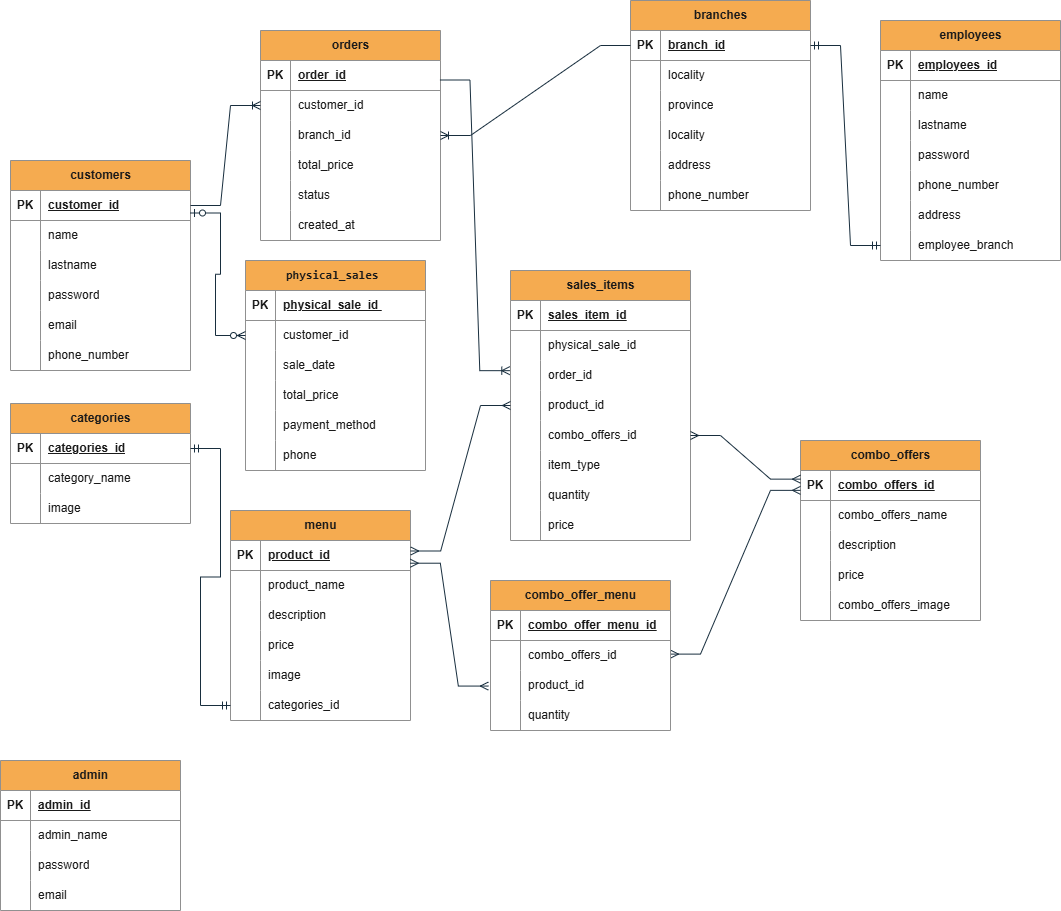
Earlier version of the draw.io export diagrams/ER-Pizzeria.png (BruninAlv61/pizzeriaNodejs). Source tidied: cells renumbered, new cells last; positions are measured from the earlier drawing's top-left corner, leaving out a move shared by most shapes.
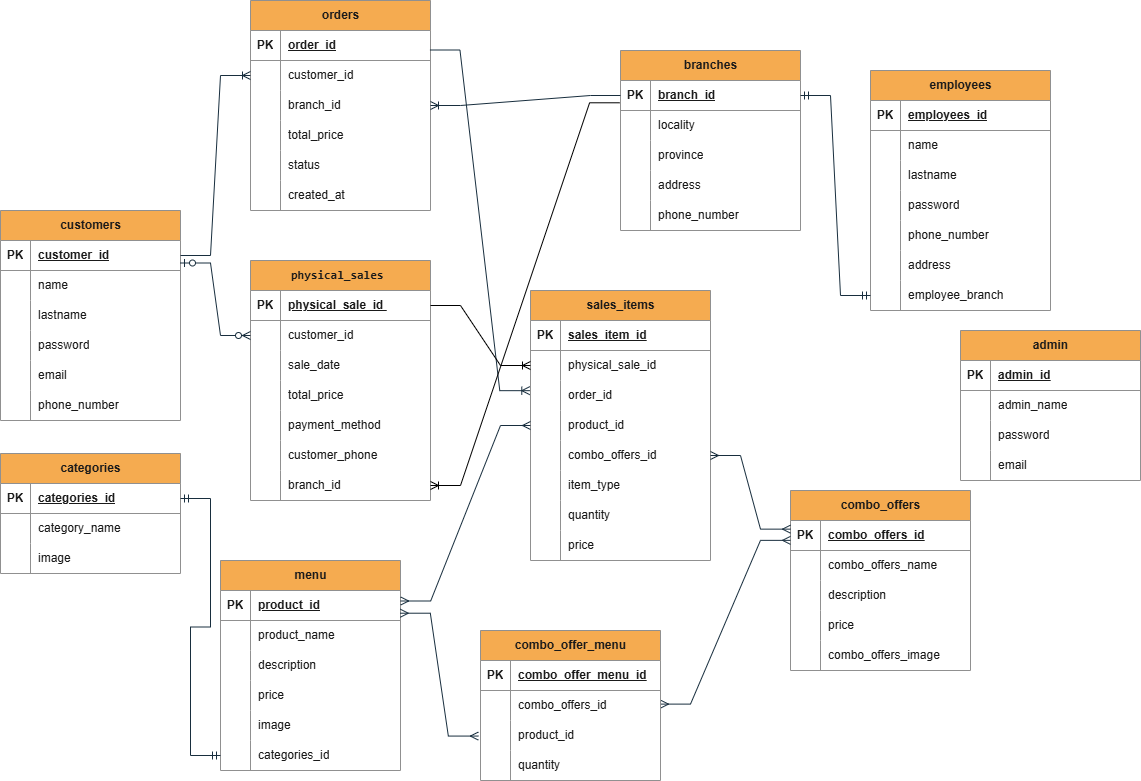
Above is the later version.

The edit, as a diff of the source:
```diff
@@ -3,7 +3,7 @@
     <mxCell id="0" />
     <mxCell id="1" parent="0" />
     <mxCell id="2" value="admin" style="shape=table;startSize=30;rowLines=0;fontStyle=1;align=center;html=1;labelBackgroundColor=none;fillColor=#F5AB50;strokeColor=#909090;fontColor=#1A1A1A;" parent="1" vertex="1">
-      <mxGeometry y="760" width="180" height="150" as="geometry" />
+      <mxGeometry x="970" y="280" width="180" height="150" as="geometry" />
     </mxCell>
     <mxCell id="3" style="shape=tableRow;horizontal=0;startSize=0;swimlaneHead=0;swimlaneBody=0;fillColor=none;top=0;left=0;right=0;bottom=1;labelBackgroundColor=none;strokeColor=#909090;fontColor=#1A1A1A;" parent="2" vertex="1">
       <mxGeometry y="30" width="180" height="30" as="geometry" />
@@ -129,7 +129,7 @@
       <mxGeometry x="30" width="150" height="30" as="geometry" />
     </mxCell>
     <mxCell id="44" value="branches" style="shape=table;startSize=30;rowLines=0;fontStyle=1;align=center;html=1;labelBackgroundColor=none;fillColor=#F5AB50;strokeColor=#909090;fontColor=#1A1A1A;" parent="1" vertex="1">
-      <mxGeometry x="630" width="180" height="210" as="geometry" />
+      <mxGeometry x="630" width="180" height="180" as="geometry" />
     </mxCell>
     <mxCell id="45" style="shape=tableRow;horizontal=0;startSize=0;swimlaneHead=0;swimlaneBody=0;fillColor=none;points=[[0,0.5],[1,0.5]];portConstraint=eastwest;top=0;left=0;right=0;bottom=1;labelBackgroundColor=none;strokeColor=#909090;fontColor=#1A1A1A;" parent="44" vertex="1">
       <mxGeometry y="30" width="180" height="30" as="geometry" />
@@ -164,7 +164,7 @@
     <mxCell id="55" style="shape=partialRectangle;fillColor=none;top=0;left=0;bottom=0;right=0;overflow=hidden;whiteSpace=wrap;html=1;labelBackgroundColor=none;strokeColor=#909090;fontColor=#1A1A1A;" parent="54" vertex="1">
       <mxGeometry width="30" height="30" as="geometry" />
     </mxCell>
-    <mxCell id="56" value="locality" style="shape=partialRectangle;fillColor=none;top=0;left=0;bottom=0;right=0;align=left;spacingLeft=6;overflow=hidden;whiteSpace=wrap;html=1;labelBackgroundColor=none;strokeColor=#909090;fontColor=#1A1A1A;" parent="54" vertex="1">
+    <mxCell id="56" value="address" style="shape=partialRectangle;fillColor=none;top=0;left=0;bottom=0;right=0;align=left;spacingLeft=6;overflow=hidden;whiteSpace=wrap;html=1;labelBackgroundColor=none;strokeColor=#909090;fontColor=#1A1A1A;" parent="54" vertex="1">
       <mxGeometry x="30" width="150" height="30" as="geometry" />
     </mxCell>
     <mxCell id="57" style="shape=tableRow;horizontal=0;startSize=0;swimlaneHead=0;swimlaneBody=0;fillColor=none;top=0;left=0;right=0;bottom=0;labelBackgroundColor=none;strokeColor=#909090;fontColor=#1A1A1A;" parent="44" vertex="1">
@@ -173,18 +173,9 @@
     <mxCell id="58" style="shape=partialRectangle;fillColor=none;top=0;left=0;bottom=0;right=0;overflow=hidden;whiteSpace=wrap;html=1;labelBackgroundColor=none;strokeColor=#909090;fontColor=#1A1A1A;" parent="57" vertex="1">
       <mxGeometry width="30" height="30" as="geometry" />
     </mxCell>
-    <mxCell id="59" value="address" style="shape=partialRectangle;fillColor=none;top=0;left=0;bottom=0;right=0;align=left;spacingLeft=6;overflow=hidden;whiteSpace=wrap;html=1;labelBackgroundColor=none;strokeColor=#909090;fontColor=#1A1A1A;" parent="57" vertex="1">
+    <mxCell id="59" value="phone_number" style="shape=partialRectangle;fillColor=none;top=0;left=0;bottom=0;right=0;align=left;spacingLeft=6;overflow=hidden;whiteSpace=wrap;html=1;labelBackgroundColor=none;strokeColor=#909090;fontColor=#1A1A1A;" parent="57" vertex="1">
       <mxGeometry x="30" width="150" height="30" as="geometry" />
     </mxCell>
-    <mxCell id="60" style="shape=tableRow;horizontal=0;startSize=0;swimlaneHead=0;swimlaneBody=0;fillColor=none;top=0;left=0;right=0;bottom=0;labelBackgroundColor=none;strokeColor=#909090;fontColor=#1A1A1A;" parent="44" vertex="1">
-      <mxGeometry y="180" width="180" height="30" as="geometry" />
-    </mxCell>
-    <mxCell id="61" style="shape=partialRectangle;fillColor=none;top=0;left=0;bottom=0;right=0;overflow=hidden;whiteSpace=wrap;html=1;labelBackgroundColor=none;strokeColor=#909090;fontColor=#1A1A1A;" parent="60" vertex="1">
-      <mxGeometry width="30" height="30" as="geometry" />
-    </mxCell>
-    <mxCell id="62" value="phone_number" style="shape=partialRectangle;fillColor=none;top=0;left=0;bottom=0;right=0;align=left;spacingLeft=6;overflow=hidden;whiteSpace=wrap;html=1;labelBackgroundColor=none;strokeColor=#909090;fontColor=#1A1A1A;" parent="60" vertex="1">
-      <mxGeometry x="30" width="150" height="30" as="geometry" />
-    </mxCell>
     <mxCell id="63" value="combo_offers" style="shape=table;startSize=30;rowLines=0;fontStyle=1;align=center;html=1;labelBackgroundColor=none;fillColor=#F5AB50;strokeColor=#909090;fontColor=#1A1A1A;" parent="1" vertex="1">
       <mxGeometry x="800" y="440" width="180" height="180" as="geometry" />
     </mxCell>
@@ -371,7 +362,7 @@
       <mxGeometry relative="1" as="geometry" />
     </mxCell>
     <mxCell id="124" value="orders" style="shape=table;startSize=30;rowLines=0;fontStyle=1;align=center;html=1;labelBackgroundColor=none;fillColor=#F5AB50;strokeColor=#909090;fontColor=#1A1A1A;" parent="1" vertex="1">
-      <mxGeometry x="260" y="30" width="180" height="210" as="geometry" />
+      <mxGeometry x="260" y="-50" width="180" height="210" as="geometry" />
     </mxCell>
     <mxCell id="125" style="shape=tableRow;horizontal=0;startSize=0;swimlaneHead=0;swimlaneBody=0;fillColor=none;points=[[0,0.5],[1,0.5]];portConstraint=eastwest;top=0;left=0;right=0;bottom=1;labelBackgroundColor=none;strokeColor=#909090;fontColor=#1A1A1A;" parent="124" vertex="1">
       <mxGeometry y="30" width="180" height="30" as="geometry" />
@@ -431,7 +422,7 @@
       <mxGeometry relative="1" as="geometry" />
     </mxCell>
     <mxCell id="144" value="sales_items" style="shape=table;startSize=30;rowLines=0;fontStyle=1;align=center;html=1;labelBackgroundColor=none;fillColor=#F5AB50;strokeColor=#909090;fontColor=#1A1A1A;" parent="1" vertex="1">
-      <mxGeometry x="510" y="270" width="180" height="270" as="geometry" />
+      <mxGeometry x="540" y="240" width="180" height="270" as="geometry" />
     </mxCell>
     <mxCell id="145" style="shape=tableRow;horizontal=0;startSize=0;swimlaneHead=0;swimlaneBody=0;fillColor=none;top=0;left=0;right=0;bottom=1;labelBackgroundColor=none;strokeColor=#909090;fontColor=#1A1A1A;" parent="144" vertex="1">
       <mxGeometry y="30" width="180" height="30" as="geometry" />
@@ -562,7 +553,7 @@
       <mxGeometry relative="1" as="geometry" />
     </mxCell>
     <mxCell id="186" value="&lt;code&gt;physical_sales&amp;nbsp;&lt;/code&gt;" style="shape=table;startSize=30;rowLines=0;fontStyle=1;align=center;html=1;labelBackgroundColor=none;fillColor=#F5AB50;strokeColor=#909090;fontColor=#1A1A1A;" parent="1" vertex="1">
-      <mxGeometry x="245" y="260" width="180" height="210" as="geometry" />
+      <mxGeometry x="260" y="210" width="180" height="240" as="geometry" />
     </mxCell>
     <mxCell id="187" style="shape=tableRow;horizontal=0;startSize=0;swimlaneHead=0;swimlaneBody=0;fillColor=none;points=[[0,0.5],[1,0.5]];portConstraint=eastwest;top=0;left=0;right=0;bottom=1;labelBackgroundColor=none;strokeColor=#909090;fontColor=#1A1A1A;" parent="186" vertex="1">
       <mxGeometry y="30" width="180" height="30" as="geometry" />
@@ -615,11 +606,26 @@
     <mxCell id="203" style="shape=partialRectangle;fillColor=none;top=0;left=0;bottom=0;right=0;overflow=hidden;whiteSpace=wrap;html=1;labelBackgroundColor=none;strokeColor=#909090;fontColor=#1A1A1A;" parent="202" vertex="1">
       <mxGeometry width="30" height="30" as="geometry" />
     </mxCell>
-    <mxCell id="204" value="phone&amp;nbsp;" style="shape=partialRectangle;fillColor=none;top=0;left=0;bottom=0;right=0;align=left;spacingLeft=6;overflow=hidden;whiteSpace=wrap;html=1;labelBackgroundColor=none;strokeColor=#909090;fontColor=#1A1A1A;" parent="202" vertex="1">
+    <mxCell id="204" value="customer_phone&amp;nbsp;" style="shape=partialRectangle;fillColor=none;top=0;left=0;bottom=0;right=0;align=left;spacingLeft=6;overflow=hidden;whiteSpace=wrap;html=1;labelBackgroundColor=none;strokeColor=#909090;fontColor=#1A1A1A;" parent="202" vertex="1">
       <mxGeometry x="30" width="150" height="30" as="geometry" />
     </mxCell>
+    <mxCell id="206" style="shape=tableRow;horizontal=0;startSize=0;swimlaneHead=0;swimlaneBody=0;fillColor=none;points=[[0,0.5],[1,0.5]];portConstraint=eastwest;top=0;left=0;right=0;bottom=0;labelBackgroundColor=none;strokeColor=#909090;fontColor=#1A1A1A;" parent="186" vertex="1">
+      <mxGeometry y="210" width="180" height="30" as="geometry" />
+    </mxCell>
+    <mxCell id="61" style="shape=partialRectangle;fillColor=none;top=0;left=0;bottom=0;right=0;overflow=hidden;whiteSpace=wrap;html=1;labelBackgroundColor=none;strokeColor=#909090;fontColor=#1A1A1A;" parent="206" vertex="1">
+      <mxGeometry width="30" height="30" as="geometry" />
+    </mxCell>
+    <mxCell id="207" value="branch_id" style="shape=partialRectangle;fillColor=none;top=0;left=0;bottom=0;right=0;align=left;spacingLeft=6;overflow=hidden;whiteSpace=wrap;html=1;labelBackgroundColor=none;strokeColor=#909090;fontColor=#1A1A1A;" parent="206" vertex="1">
+      <mxGeometry x="30" width="150" height="30" as="geometry" />
+    </mxCell>
     <mxCell id="205" style="edgeStyle=entityRelationEdgeStyle;fontSize=12;html=1;endArrow=ERzeroToMany;startArrow=ERzeroToOne;rounded=0;exitX=1;exitY=0.25;exitDx=0;exitDy=0;entryX=0;entryY=0.5;entryDx=0;entryDy=0;labelBackgroundColor=none;fontColor=default;strokeColor=#182E3E;" parent="1" edge="1" source="101" target="190">
       <mxGeometry relative="1" as="geometry" />
     </mxCell>
+    <mxCell id="208" style="edgeStyle=entityRelationEdgeStyle;fontSize=12;html=1;endArrow=ERoneToMany;rounded=0;exitX=1;exitY=0.5;exitDx=0;exitDy=0;entryX=0;entryY=0.5;entryDx=0;entryDy=0;" parent="1" edge="1" source="187" target="148">
+      <mxGeometry relative="1" as="geometry" />
+    </mxCell>
+    <mxCell id="209" style="edgeStyle=entityRelationEdgeStyle;fontSize=12;html=1;endArrow=ERoneToMany;rounded=0;exitX=-0.005;exitY=0.743;exitDx=0;exitDy=0;exitPerimeter=0;entryX=1;entryY=0.5;entryDx=0;entryDy=0;" parent="1" edge="1" source="45" target="206">
+      <mxGeometry relative="1" as="geometry" />
+    </mxCell>
   </root>
 </mxGraphModel>
```
